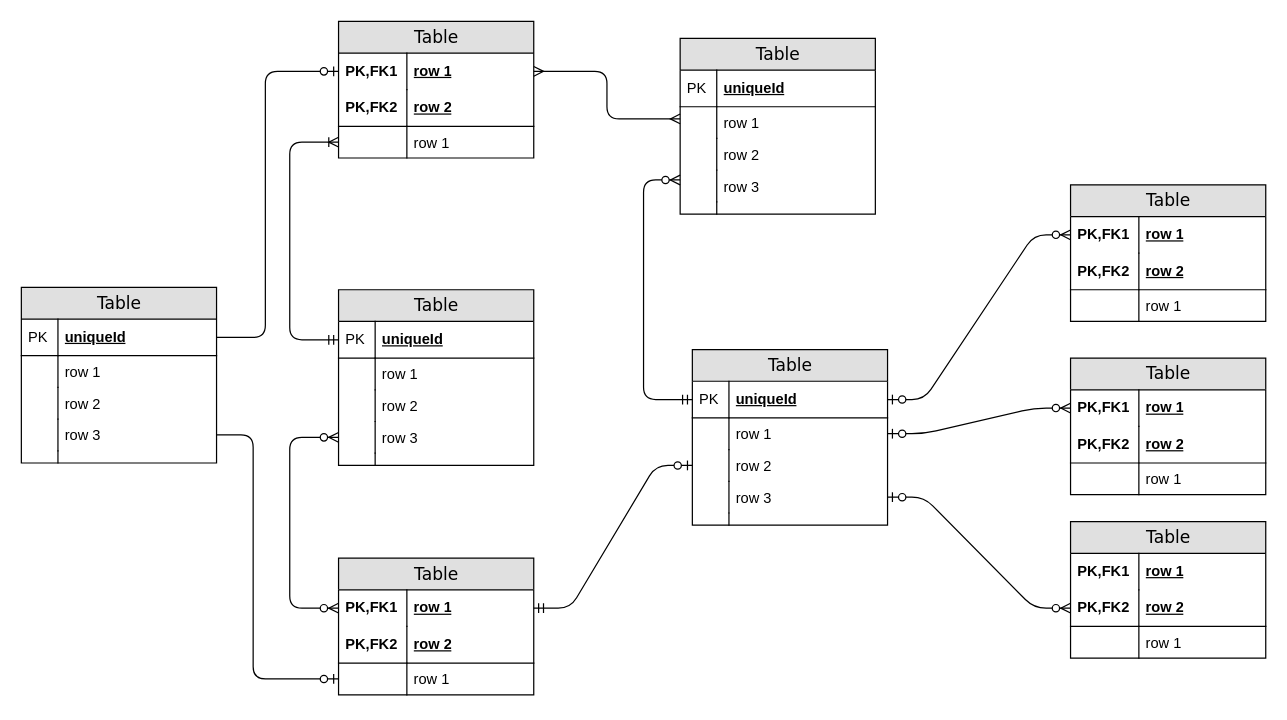
The draw.io diagram public/Untitled Diagram.drawio in skvortsovvg/TestGuru, before the edit. Source tidied: cells renumbered, new cells numbered last; positions are measured from the earlier drawing's top-left corner, leaving out a move shared by most shapes. Both pictures are drawn from the tidied source at 122%, with x=0, y=0 at pixel (21, 21).
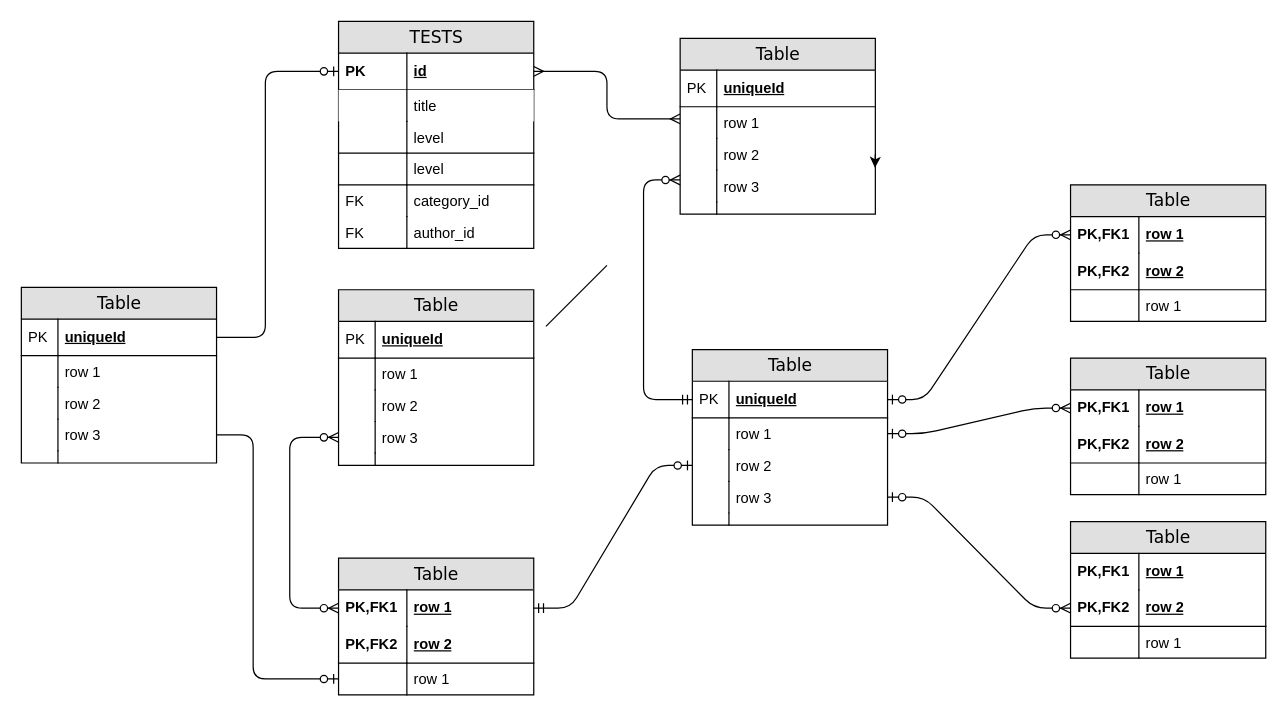
After the change.

Unchanged cells that the change refers to:
```xml
<mxCell id="9" value="Table" style="swimlane;html=1;fontStyle=0;horizontal=1;startSize=26;fillColor=#e0e0e0;swimlaneFillColor=#ffffff;align=center;rounded=0;shadow=0;comic=0;labelBackgroundColor=none;strokeWidth=1;fontFamily=Verdana;fontSize=14;swimlaneLine=1;" parent="1" vertex="1">
  <mxGeometry x="540" y="14" width="160" height="144" as="geometry" />
</mxCell>
<mxCell id="14" value="row 2" style="shape=partialRectangle;top=0;left=0;right=0;bottom=0;html=1;align=left;verticalAlign=top;fillColor=none;spacingLeft=34;spacingRight=4;whiteSpace=wrap;overflow=hidden;points=[[0,0.5],[1,0.5]];portConstraint=eastwest;" parent="9" vertex="1">
  <mxGeometry y="82" width="160" height="26" as="geometry" />
</mxCell>
<mxCell id="21" value="uniqueId" style="shape=partialRectangle;top=0;left=0;right=0;bottom=1;html=1;align=left;verticalAlign=middle;fillColor=none;spacingLeft=34;spacingRight=4;whiteSpace=wrap;overflow=hidden;points=[[0,0.5],[1,0.5]];portConstraint=eastwest;fontStyle=5;" parent="20" vertex="1">
  <mxGeometry y="26" width="160" height="30" as="geometry" />
</mxCell>
```

Diff of the diagram source:
```diff
@@
-    <mxCell id="2" value="Table" style="swimlane;html=1;fontStyle=0;horizontal=1;startSize=26;fillColor=#e0e0e0;swimlaneFillColor=#ffffff;align=center;rounded=0;shadow=0;comic=0;labelBackgroundColor=none;strokeWidth=1;fontFamily=Verdana;fontSize=14;" parent="1" vertex="1">
-      <mxGeometry x="260" width="160" height="112" as="geometry" />
+    <mxCell id="2" value="TESTS" style="swimlane;html=1;fontStyle=0;horizontal=1;startSize=26;fillColor=#e0e0e0;swimlaneFillColor=#ffffff;align=center;rounded=0;shadow=0;comic=0;labelBackgroundColor=none;strokeWidth=1;fontFamily=Verdana;fontSize=14;" parent="1" vertex="1">
+      <mxGeometry x="260" width="160" height="186" as="geometry" />
     </mxCell>
-    <mxCell id="3" value="row 1" style="shape=partialRectangle;top=0;left=0;right=0;bottom=0;html=1;align=left;verticalAlign=middle;fillColor=none;spacingLeft=60;spacingRight=4;whiteSpace=wrap;overflow=hidden;points=[[0,0.5],[1,0.5]];portConstraint=eastwest;fontStyle=5;" parent="2" vertex="1">
+    <mxCell id="3" value="id" style="shape=partialRectangle;top=0;left=0;right=0;bottom=1;html=1;align=left;verticalAlign=middle;fillColor=none;spacingLeft=60;spacingRight=4;whiteSpace=wrap;overflow=hidden;points=[[0,0.5],[1,0.5]];portConstraint=eastwest;fontStyle=5;shadow=0;sketch=0;" parent="2" vertex="1">
       <mxGeometry y="26" width="160" height="30" as="geometry" />
     </mxCell>
-    <mxCell id="4" value="PK,FK1" style="shape=partialRectangle;fontStyle=1;top=0;left=0;bottom=0;html=1;fillColor=none;align=left;verticalAlign=middle;spacingLeft=4;spacingRight=4;whiteSpace=wrap;overflow=hidden;" parent="3" vertex="1">
+    <mxCell id="4" value="PK" style="shape=partialRectangle;fontStyle=1;top=0;left=0;bottom=0;html=1;fillColor=none;align=left;verticalAlign=middle;spacingLeft=4;spacingRight=4;whiteSpace=wrap;overflow=hidden;" parent="3" vertex="1">
       <mxGeometry width="56" height="30" as="geometry" />
     </mxCell>
-    <mxCell id="5" value="row 2" style="shape=partialRectangle;top=0;left=0;right=0;bottom=1;html=1;align=left;verticalAlign=middle;fillColor=none;spacingLeft=60;spacingRight=4;whiteSpace=wrap;overflow=hidden;fontStyle=5;" parent="2" vertex="1">
-      <mxGeometry y="56" width="160" height="30" as="geometry" />
-    </mxCell>
-    <mxCell id="6" value="PK,FK2" style="shape=partialRectangle;fontStyle=1;top=0;left=0;bottom=0;html=1;fillColor=none;align=left;verticalAlign=middle;spacingLeft=4;spacingRight=4;whiteSpace=wrap;overflow=hidden;" parent="5" vertex="1">
-      <mxGeometry width="56" height="30" as="geometry" />
-    </mxCell>
-    <mxCell id="7" value="row 1" style="shape=partialRectangle;top=0;left=0;right=0;bottom=0;html=1;align=left;verticalAlign=top;fillColor=none;spacingLeft=60;spacingRight=4;whiteSpace=wrap;overflow=hidden;points=[[0,0.5],[1,0.5]];portConstraint=eastwest;" parent="2" vertex="1">
-      <mxGeometry y="86" width="160" height="26" as="geometry" />
+    <mxCell id="7" value="title" style="shape=partialRectangle;top=0;left=0;right=0;bottom=0;html=1;align=left;verticalAlign=top;fillColor=default;spacingLeft=60;spacingRight=4;whiteSpace=wrap;overflow=hidden;points=[[0,0.5],[1,0.5]];portConstraint=eastwest;strokeColor=default;" parent="2" vertex="1">
+      <mxGeometry y="56" width="160" height="26" as="geometry" />
     </mxCell>
@@
+    <mxCell id="91" value="level" style="shape=partialRectangle;top=0;left=0;right=0;bottom=1;html=1;align=left;verticalAlign=top;fillColor=none;spacingLeft=60;spacingRight=4;whiteSpace=wrap;overflow=hidden;" parent="2" vertex="1">
+      <mxGeometry y="82" width="160" height="26" as="geometry" />
+    </mxCell>
+    <mxCell id="92" style="shape=partialRectangle;top=0;left=0;bottom=0;html=1;fillColor=none;align=left;verticalAlign=top;spacingLeft=4;spacingRight=4;whiteSpace=wrap;overflow=hidden;" parent="91" vertex="1">
+      <mxGeometry width="56" height="26" as="geometry" />
+    </mxCell>
+    <mxCell id="93" value="level" style="shape=partialRectangle;top=0;left=0;right=0;bottom=1;html=1;align=left;verticalAlign=top;fillColor=none;spacingLeft=60;spacingRight=4;whiteSpace=wrap;overflow=hidden;" parent="2" vertex="1">
+      <mxGeometry y="108" width="160" height="26" as="geometry" />
+    </mxCell>
+    <mxCell id="94" style="shape=partialRectangle;top=0;left=0;bottom=0;html=1;fillColor=none;align=left;verticalAlign=top;spacingLeft=4;spacingRight=4;whiteSpace=wrap;overflow=hidden;" parent="93" vertex="1">
+      <mxGeometry width="56" height="26" as="geometry" />
+    </mxCell>
+    <mxCell id="95" value="category_id" style="shape=partialRectangle;top=0;left=0;right=0;bottom=0;html=1;align=left;verticalAlign=top;fillColor=none;spacingLeft=60;spacingRight=4;whiteSpace=wrap;overflow=hidden;" parent="2" vertex="1">
+      <mxGeometry y="134" width="160" height="26" as="geometry" />
+    </mxCell>
+    <mxCell id="96" value="FK" style="shape=partialRectangle;top=0;left=0;bottom=0;html=1;fillColor=none;align=left;verticalAlign=top;spacingLeft=4;spacingRight=4;whiteSpace=wrap;overflow=hidden;" parent="95" vertex="1">
+      <mxGeometry width="56" height="26" as="geometry" />
+    </mxCell>
+    <mxCell id="97" value="author_id" style="shape=partialRectangle;top=0;left=0;right=0;bottom=0;html=1;align=left;verticalAlign=top;fillColor=none;spacingLeft=60;spacingRight=4;whiteSpace=wrap;overflow=hidden;" parent="2" vertex="1">
+      <mxGeometry y="160" width="160" height="26" as="geometry" />
+    </mxCell>
+    <mxCell id="98" value="FK" style="shape=partialRectangle;top=0;left=0;bottom=0;html=1;fillColor=none;align=left;verticalAlign=top;spacingLeft=4;spacingRight=4;whiteSpace=wrap;overflow=hidden;" parent="97" vertex="1">
+      <mxGeometry width="56" height="26" as="geometry" />
+    </mxCell>
@@
+    <mxCell id="99" style="edgeStyle=orthogonalEdgeStyle;rounded=0;orthogonalLoop=1;jettySize=auto;html=1;exitX=1;exitY=0.5;exitDx=0;exitDy=0;entryX=0.998;entryY=0.923;entryDx=0;entryDy=0;entryPerimeter=0;" parent="9" edge="1" source="14" target="14">
+      <mxGeometry relative="1" as="geometry" />
+    </mxCell>
@@
-    <mxCell id="56" style="edgeStyle=orthogonalEdgeStyle;html=1;endArrow=ERoneToMany;startArrow=ERmandOne;labelBackgroundColor=none;fontFamily=Verdana;fontSize=14;entryX=0;entryY=0.5;exitX=0;exitY=0.5;" parent="1" edge="1" source="21" target="7">
-      <mxGeometry relative="1" as="geometry">
-        <Array as="points">
-          <mxPoint x="220" y="261" />
-          <mxPoint x="220" y="99" />
-        </Array>
-      </mxGeometry>
-    </mxCell>
@@
+    <mxCell id="100" style="endArrow=none;html=1;rounded=0;" parent="1" edge="1">
+      <mxGeometry relative="1" as="geometry">
+        <mxPoint x="430" y="250" as="sourcePoint" />
+        <mxPoint x="480" y="200" as="targetPoint" />
+      </mxGeometry>
+    </mxCell>
```
